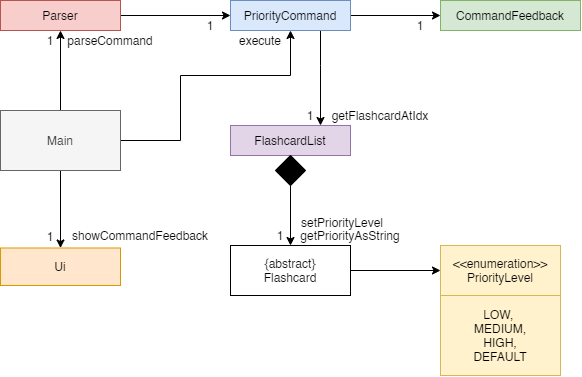
sliu107/tp keeps this draw.io diagram as docs/images/SetPriorityFeatureClassDiagram.png. Above is the earlier version. Source tidied: cells renumbered, new cells last; positions are measured from the earlier drawing's top-left corner, leaving out a move shared by most shapes.
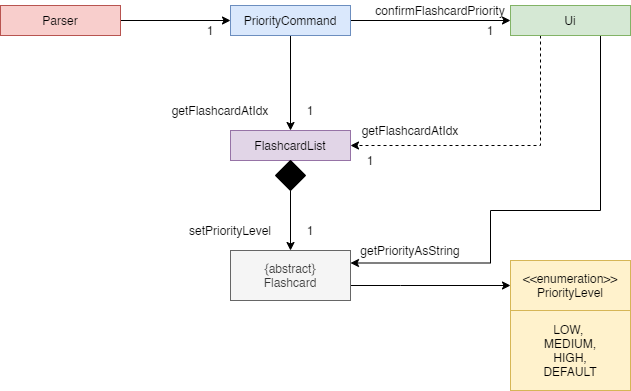
After the change.

Commit message:
Add colour to Flashcard again

Change to the diagram source:
```diff
@@ -14,18 +14,29 @@
       <mxGeometry relative="1" as="geometry" />
     </mxCell>
     <mxCell id="5" style="edgeStyle=orthogonalEdgeStyle;rounded=0;jettySize=auto;html=1;" parent="1" edge="1" source="6" target="9">
-      <mxGeometry relative="1" as="geometry">
-        <Array as="points">
-          <mxPoint x="320" y="65" />
-          <mxPoint x="320" y="65" />
-        </Array>
-      </mxGeometry>
+      <mxGeometry relative="1" as="geometry" />
     </mxCell>
     <mxCell id="6" value="PriorityCommand" style="rounded=0;whiteSpace=wrap;html=1;fillColor=#dae8fc;strokeColor=#6c8ebf;" parent="1" vertex="1">
       <mxGeometry x="230" width="120" height="30" as="geometry" />
     </mxCell>
+    <mxCell id="32" style="edgeStyle=orthogonalEdgeStyle;rounded=0;jettySize=auto;html=1;entryX=1;entryY=0.5;entryDx=0;entryDy=0;dashed=1;" parent="1" edge="1" source="7" target="9">
+      <mxGeometry relative="1" as="geometry">
+        <Array as="points">
+          <mxPoint x="540" y="140" />
+        </Array>
+      </mxGeometry>
+    </mxCell>
+    <mxCell id="33" style="edgeStyle=orthogonalEdgeStyle;rounded=0;jettySize=auto;html=1;entryX=1;entryY=0.25;entryDx=0;entryDy=0;" parent="1" edge="1" source="7" target="11">
+      <mxGeometry relative="1" as="geometry">
+        <Array as="points">
+          <mxPoint x="600" y="205" />
+          <mxPoint x="490" y="205" />
+          <mxPoint x="490" y="258" />
+        </Array>
+      </mxGeometry>
+    </mxCell>
-    <mxCell id="7" value="CommandFeedback" style="rounded=0;whiteSpace=wrap;html=1;fillColor=#d5e8d4;strokeColor=#82b366;" parent="1" vertex="1">
-      <mxGeometry x="440" width="140" height="30" as="geometry" />
+    <mxCell id="7" value="Ui" style="rounded=0;whiteSpace=wrap;html=1;fillColor=#d5e8d4;strokeColor=#82b366;" parent="1" vertex="1">
+      <mxGeometry x="510" width="120" height="30" as="geometry" />
     </mxCell>
     <mxCell id="8" style="edgeStyle=orthogonalEdgeStyle;rounded=0;jettySize=auto;html=1;" parent="1" edge="1" source="21" target="11">
       <mxGeometry relative="1" as="geometry" />
@@ -33,77 +44,55 @@
     <mxCell id="9" value="FlashcardList" style="rounded=0;whiteSpace=wrap;html=1;fillColor=#e1d5e7;strokeColor=#9673a6;" parent="1" vertex="1">
       <mxGeometry x="230" y="125" width="120" height="30" as="geometry" />
     </mxCell>
-    <mxCell id="10" style="edgeStyle=orthogonalEdgeStyle;rounded=0;jettySize=auto;html=1;" parent="1" edge="1" source="11" target="13">
-      <mxGeometry relative="1" as="geometry" />
+    <mxCell id="10" style="edgeStyle=orthogonalEdgeStyle;rounded=0;jettySize=auto;html=1;entryX=0;entryY=0.5;entryDx=0;entryDy=0;" parent="1" edge="1" source="11" target="13">
+      <mxGeometry relative="1" as="geometry">
+        <Array as="points">
+          <mxPoint x="400" y="280" />
+          <mxPoint x="400" y="280" />
+        </Array>
+      </mxGeometry>
     </mxCell>
-    <mxCell id="11" value="{abstract}&lt;br&gt;Flashcard" style="rounded=0;whiteSpace=wrap;html=1;" parent="1" vertex="1">
+    <mxCell id="11" value="{abstract}&lt;br&gt;Flashcard" style="rounded=0;whiteSpace=wrap;html=1;fillColor=#f5f5f5;strokeColor=#666666;fontColor=#333333;" parent="1" vertex="1">
       <mxGeometry x="230" y="245" width="120" height="50" as="geometry" />
     </mxCell>
     <mxCell id="12" value="1" style="text;html=1;strokeColor=none;fillColor=none;align=center;verticalAlign=middle;whiteSpace=wrap;rounded=0;" parent="1" vertex="1">
       <mxGeometry x="190" y="15" width="40" height="20" as="geometry" />
     </mxCell>
     <mxCell id="13" value="&amp;lt;&amp;lt;enumeration&amp;gt;&amp;gt;&lt;br&gt;PriorityLevel" style="rounded=0;whiteSpace=wrap;html=1;fillColor=#fff2cc;strokeColor=#d6b656;" parent="1" vertex="1">
-      <mxGeometry x="440" y="245" width="120" height="50" as="geometry" />
+      <mxGeometry x="510" y="255" width="120" height="50" as="geometry" />
     </mxCell>
     <mxCell id="14" value="LOW,&amp;nbsp;&lt;br&gt;MEDIUM,&lt;br&gt;HIGH,&lt;br&gt;DEFAULT" style="rounded=0;whiteSpace=wrap;html=1;fillColor=#fff2cc;strokeColor=#d6b656;" parent="1" vertex="1">
-      <mxGeometry x="440" y="295" width="120" height="80" as="geometry" />
+      <mxGeometry x="510" y="305" width="120" height="80" as="geometry" />
     </mxCell>
     <mxCell id="15" value="getFlashcardAtIdx" style="text;html=1;strokeColor=none;fillColor=none;align=center;verticalAlign=middle;whiteSpace=wrap;rounded=0;" parent="1" vertex="1">
-      <mxGeometry x="320" y="105" width="120" height="20" as="geometry" />
+      <mxGeometry x="160" y="95" width="120" height="20" as="geometry" />
     </mxCell>
     <mxCell id="16" value="1" style="text;html=1;strokeColor=none;fillColor=none;align=center;verticalAlign=middle;whiteSpace=wrap;rounded=0;" parent="1" vertex="1">
-      <mxGeometry x="260" y="225" width="40" height="20" as="geometry" />
+      <mxGeometry x="290" y="215" width="40" height="20" as="geometry" />
     </mxCell>
     <mxCell id="17" value="setPriorityLevel" style="text;html=1;strokeColor=none;fillColor=none;align=center;verticalAlign=middle;whiteSpace=wrap;rounded=0;" parent="1" vertex="1">
-      <mxGeometry x="282" y="212" width="120" height="20" as="geometry" />
+      <mxGeometry x="170" y="215" width="120" height="20" as="geometry" />
     </mxCell>
     <mxCell id="18" value="1" style="text;html=1;strokeColor=none;fillColor=none;align=center;verticalAlign=middle;whiteSpace=wrap;rounded=0;" parent="1" vertex="1">
-      <mxGeometry x="290" y="105" width="40" height="20" as="geometry" />
+      <mxGeometry x="290" y="95" width="40" height="20" as="geometry" />
     </mxCell>
+    <mxCell id="34" value="confirmFlashcardPriority" style="text;html=1;strokeColor=none;fillColor=none;align=center;verticalAlign=middle;whiteSpace=wrap;rounded=0;" parent="1" vertex="1">
+      <mxGeometry x="370" y="-5" width="140" height="20" as="geometry" />
+    </mxCell>
+    <mxCell id="35" value="getFlashcardAtIdx" style="text;html=1;strokeColor=none;fillColor=none;align=center;verticalAlign=middle;whiteSpace=wrap;rounded=0;" parent="1" vertex="1">
+      <mxGeometry x="350" y="115" width="120" height="20" as="geometry" />
+    </mxCell>
+    <mxCell id="36" value="1" style="text;html=1;strokeColor=none;fillColor=none;align=center;verticalAlign=middle;whiteSpace=wrap;rounded=0;" parent="1" vertex="1">
+      <mxGeometry x="350" y="145" width="40" height="20" as="geometry" />
+    </mxCell>
     <mxCell id="19" value="1" style="text;html=1;strokeColor=none;fillColor=none;align=center;verticalAlign=middle;whiteSpace=wrap;rounded=0;" parent="1" vertex="1">
-      <mxGeometry x="400" y="15" width="40" height="20" as="geometry" />
+      <mxGeometry x="470" y="15" width="40" height="20" as="geometry" />
     </mxCell>
     <mxCell id="20" value="getPriorityAsString" style="text;html=1;strokeColor=none;fillColor=none;align=center;verticalAlign=middle;whiteSpace=wrap;rounded=0;" parent="1" vertex="1">
-      <mxGeometry x="290" y="225" width="120" height="20" as="geometry" />
+      <mxGeometry x="350" y="235" width="120" height="20" as="geometry" />
     </mxCell>
     <mxCell id="21" style="rhombus;whiteSpace=wrap;html=1;fillColor=#000000;" parent="1" vertex="1">
       <mxGeometry x="275" y="155" width="30" height="30" as="geometry" />
     </mxCell>
-    <mxCell id="22" style="edgeStyle=orthogonalEdgeStyle;rounded=0;jettySize=auto;html=1;entryX=0.5;entryY=1;entryDx=0;entryDy=0;" parent="1" edge="1" source="25" target="3">
-      <mxGeometry relative="1" as="geometry" />
-    </mxCell>
-    <mxCell id="23" style="edgeStyle=orthogonalEdgeStyle;rounded=0;jettySize=auto;html=1;" parent="1" edge="1" source="25" target="6">
-      <mxGeometry relative="1" as="geometry">
-        <Array as="points">
-          <mxPoint x="180" y="140" />
-          <mxPoint x="180" y="75" />
-          <mxPoint x="290" y="75" />
-        </Array>
-      </mxGeometry>
-    </mxCell>
-    <mxCell id="24" style="edgeStyle=orthogonalEdgeStyle;rounded=0;jettySize=auto;html=1;entryX=0.5;entryY=0;entryDx=0;entryDy=0;" parent="1" edge="1" source="25" target="29">
-      <mxGeometry relative="1" as="geometry" />
-    </mxCell>
-    <mxCell id="25" value="Main" style="rounded=0;whiteSpace=wrap;html=1;fillColor=#f5f5f5;strokeColor=#666666;fontColor=#333333;" parent="1" vertex="1">
-      <mxGeometry y="110" width="120" height="60" as="geometry" />
-    </mxCell>
-    <mxCell id="26" value="parseCommand" style="text;html=1;strokeColor=none;fillColor=none;align=center;verticalAlign=middle;whiteSpace=wrap;rounded=0;" parent="1" vertex="1">
-      <mxGeometry x="50" y="30" width="120" height="20" as="geometry" />
-    </mxCell>
-    <mxCell id="27" value="1" style="text;html=1;strokeColor=none;fillColor=none;align=center;verticalAlign=middle;whiteSpace=wrap;rounded=0;" parent="1" vertex="1">
-      <mxGeometry x="30" y="30" width="40" height="20" as="geometry" />
-    </mxCell>
-    <mxCell id="28" value="execute" style="text;html=1;strokeColor=none;fillColor=none;align=center;verticalAlign=middle;whiteSpace=wrap;rounded=0;" parent="1" vertex="1">
-      <mxGeometry x="200" y="30" width="120" height="20" as="geometry" />
-    </mxCell>
-    <mxCell id="29" value="Ui" style="rounded=0;whiteSpace=wrap;html=1;fillColor=#ffe6cc;strokeColor=#d79b00;" parent="1" vertex="1">
-      <mxGeometry y="247.5" width="120" height="37.5" as="geometry" />
-    </mxCell>
-    <mxCell id="30" value="showCommandFeedback" style="text;html=1;strokeColor=none;fillColor=none;align=center;verticalAlign=middle;whiteSpace=wrap;rounded=0;" parent="1" vertex="1">
-      <mxGeometry x="80" y="225" width="120" height="20" as="geometry" />
-    </mxCell>
-    <mxCell id="31" value="1" style="text;html=1;strokeColor=none;fillColor=none;align=center;verticalAlign=middle;whiteSpace=wrap;rounded=0;" parent="1" vertex="1">
-      <mxGeometry x="30" y="225.5" width="40" height="20" as="geometry" />
-    </mxCell>
   </root>
 </mxGraphModel>
```
